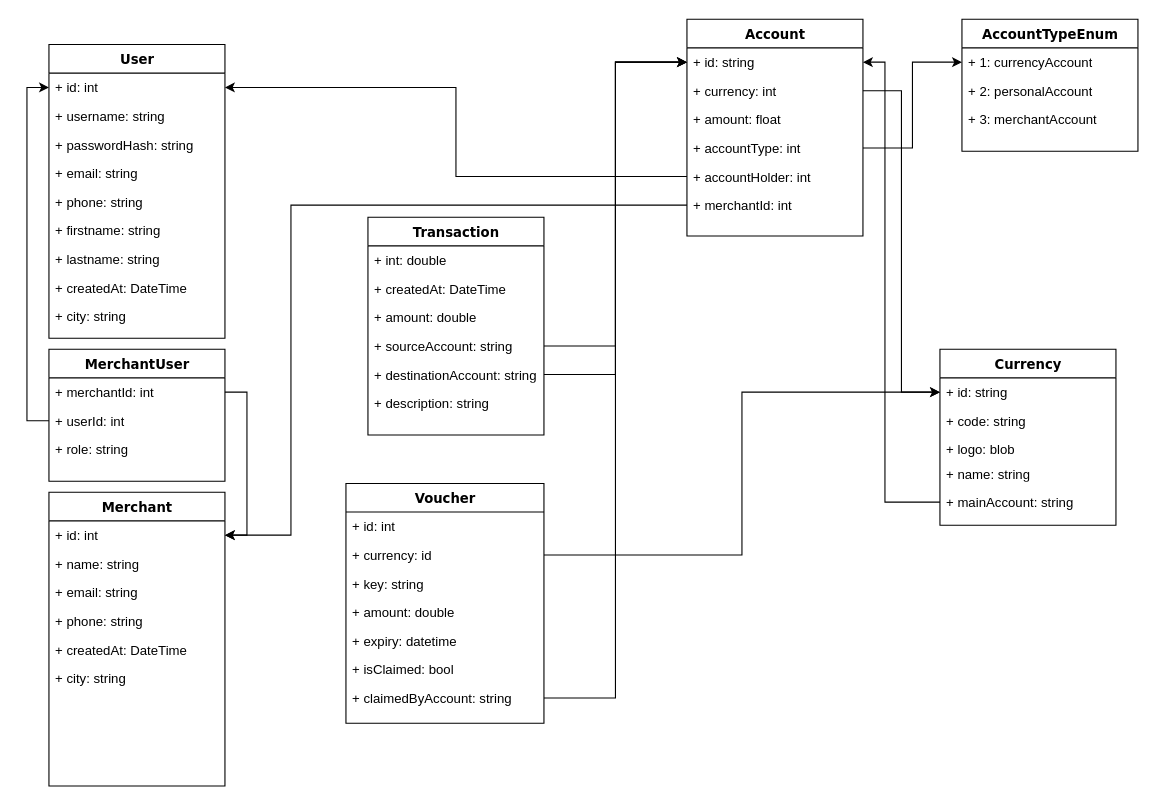
Above: docs/model1.drawio in jsomville/open-CES (draw.io), before the change. Source tidied: cells renumbered, new cells numbered last; positions are measured from the earlier drawing's top-left corner, leaving out a move shared by most shapes. Both pictures are drawn from the tidied source at 110%, with x=0, y=0 at pixel (48, 19).
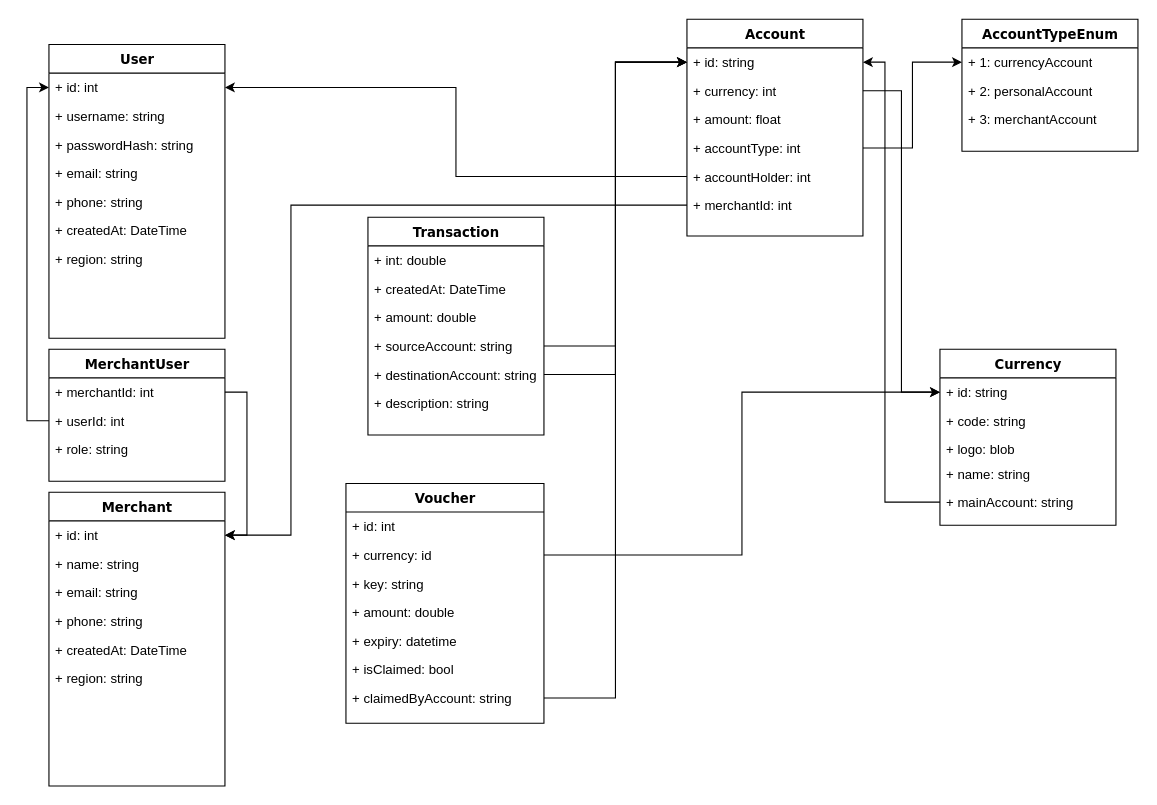
After the change.

Unchanged cells that the change refers to:
```xml
<mxCell id="2" value="User" style="swimlane;html=1;fontStyle=1;align=center;verticalAlign=top;horizontal=1;startSize=26;swimlaneFillColor=#ffffff;rounded=0;shadow=0;comic=0;labelBackgroundColor=none;strokeWidth=1;fillColor=none;fontFamily=Verdana;fontSize=12;" parent="1" vertex="1">
  <mxGeometry y="23" width="160" height="267" as="geometry" />
</mxCell>
<mxCell id="52" value="Merchant" style="swimlane;html=1;fontStyle=1;align=center;verticalAlign=top;horizontal=1;startSize=26;swimlaneFillColor=#ffffff;rounded=0;shadow=0;comic=0;labelBackgroundColor=none;strokeWidth=1;fillColor=none;fontFamily=Verdana;fontSize=12;" parent="1" vertex="1">
  <mxGeometry y="430" width="160" height="267" as="geometry" />
</mxCell>
```

The edit, as a diff of the source:
```diff
@@
-    <mxCell id="8" value="+ firstname: string" style="text;html=1;strokeColor=none;fillColor=none;align=left;verticalAlign=top;spacingLeft=4;spacingRight=4;whiteSpace=wrap;overflow=hidden;" parent="2" vertex="1">
-      <mxGeometry y="156" width="160" height="26" as="geometry" />
-    </mxCell>
-    <mxCell id="9" value="+ lastname: string" style="text;html=1;strokeColor=none;fillColor=none;align=left;verticalAlign=top;spacingLeft=4;spacingRight=4;whiteSpace=wrap;overflow=hidden;" parent="2" vertex="1">
-      <mxGeometry y="182" width="160" height="26" as="geometry" />
-    </mxCell>
     <mxCell id="10" value="+ createdAt: DateTime" style="text;html=1;strokeColor=none;fillColor=none;align=left;verticalAlign=top;spacingLeft=4;spacingRight=4;whiteSpace=wrap;overflow=hidden;" parent="2" vertex="1">
-      <mxGeometry y="208" width="160" height="26" as="geometry" />
+      <mxGeometry y="156" width="160" height="26" as="geometry" />
     </mxCell>
-    <mxCell id="11" value="+ city: string" style="text;html=1;strokeColor=none;fillColor=none;align=left;verticalAlign=top;spacingLeft=4;spacingRight=4;whiteSpace=wrap;overflow=hidden;" parent="2" vertex="1">
-      <mxGeometry y="234" width="160" height="26" as="geometry" />
+    <mxCell id="11" value="+ region: string" style="text;html=1;strokeColor=none;fillColor=none;align=left;verticalAlign=top;spacingLeft=4;spacingRight=4;whiteSpace=wrap;overflow=hidden;" parent="2" vertex="1">
+      <mxGeometry y="182" width="160" height="26" as="geometry" />
     </mxCell>
@@
-    <mxCell id="58" value="+ city: string" style="text;html=1;strokeColor=none;fillColor=none;align=left;verticalAlign=top;spacingLeft=4;spacingRight=4;whiteSpace=wrap;overflow=hidden;" parent="52" vertex="1">
+    <mxCell id="58" value="+ region: string" style="text;html=1;strokeColor=none;fillColor=none;align=left;verticalAlign=top;spacingLeft=4;spacingRight=4;whiteSpace=wrap;overflow=hidden;" parent="52" vertex="1">
       <mxGeometry y="156" width="160" height="26" as="geometry" />
     </mxCell>
```
